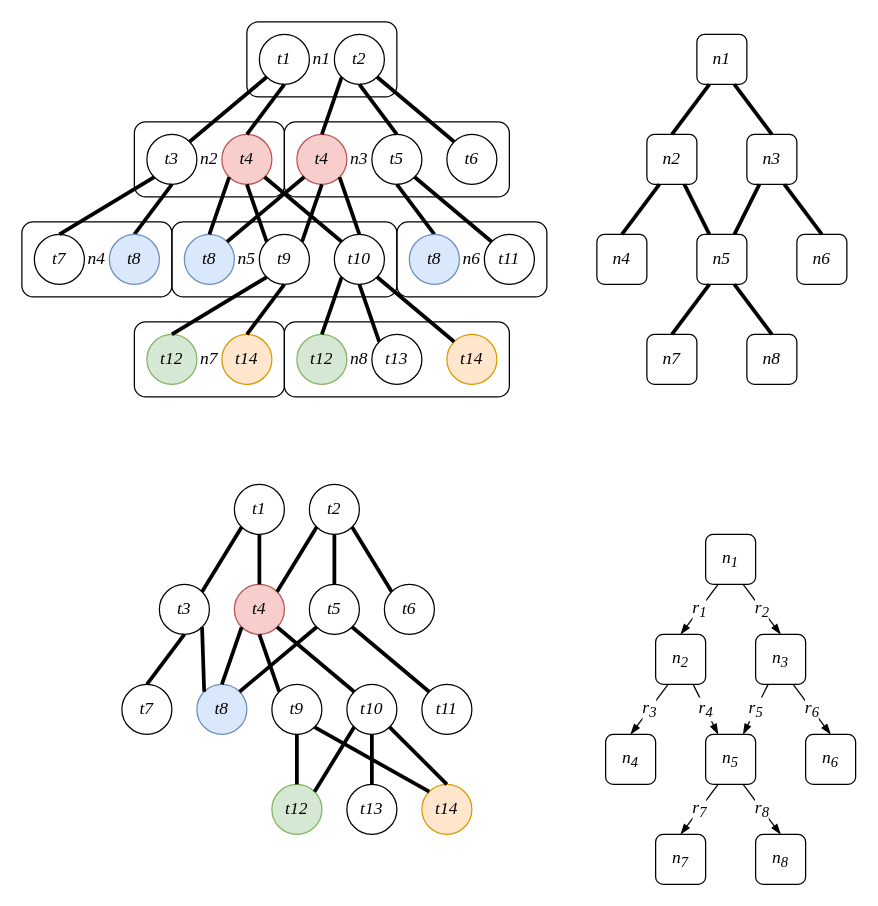
Before: karti.drawio in obscurya/draw.io, a draw.io diagram. Source tidied: cells renumbered, new cells numbered last; positions are measured from the earlier drawing's top-left corner, leaving out a move shared by most shapes. Both pictures are drawn from the tidied source at 125%, with x=0, y=0 at pixel (21, 21).
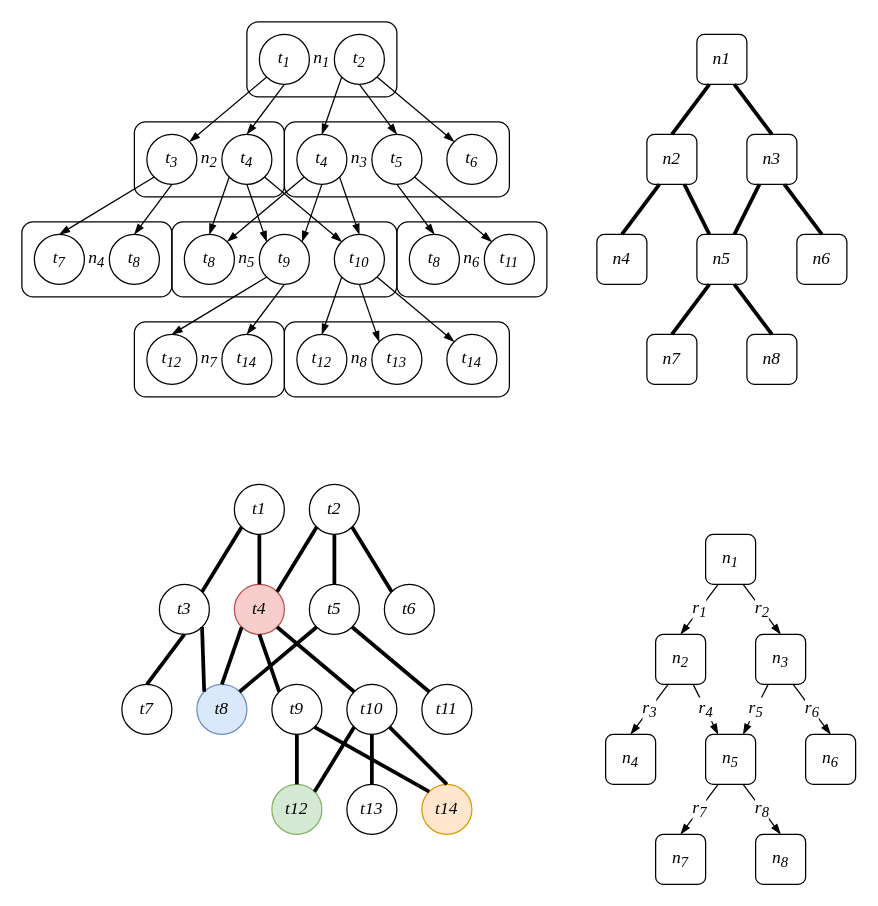
After the change.

Diff of the diagram source:
```diff
@@
-    <mxCell id="33" value="t1" style="ellipse;whiteSpace=wrap;html=1;fontFamily=Times New Roman;fontSize=14;fontStyle=2;" parent="1" vertex="1">
+    <mxCell id="33" value="t&lt;sub&gt;1&lt;/sub&gt;" style="ellipse;whiteSpace=wrap;html=1;fontFamily=Times New Roman;fontSize=14;fontStyle=2;" parent="1" vertex="1">
       <mxGeometry x="190" y="10" width="40" height="40" as="geometry" />
     </mxCell>
-    <mxCell id="34" value="t2" style="ellipse;whiteSpace=wrap;html=1;fontFamily=Times New Roman;fontSize=14;fontStyle=2;" parent="1" vertex="1">
+    <mxCell id="34" value="t&lt;sub&gt;2&lt;/sub&gt;" style="ellipse;whiteSpace=wrap;html=1;fontFamily=Times New Roman;fontSize=14;fontStyle=2;" parent="1" vertex="1">
       <mxGeometry x="250" y="10" width="40" height="40" as="geometry" />
     </mxCell>
-    <mxCell id="35" value="t3" style="ellipse;whiteSpace=wrap;html=1;fontFamily=Times New Roman;fontSize=14;fontStyle=2;" parent="1" vertex="1">
+    <mxCell id="35" value="t&lt;sub&gt;3&lt;/sub&gt;" style="ellipse;whiteSpace=wrap;html=1;fontFamily=Times New Roman;fontSize=14;fontStyle=2;" parent="1" vertex="1">
       <mxGeometry x="100" y="90" width="40" height="40" as="geometry" />
     </mxCell>
-    <mxCell id="36" value="t4" style="ellipse;whiteSpace=wrap;html=1;fontFamily=Times New Roman;fontSize=14;fontStyle=2;fillColor=#f8cecc;strokeColor=#b85450;" parent="1" vertex="1">
+    <mxCell id="36" value="t&lt;sub&gt;4&lt;/sub&gt;" style="ellipse;whiteSpace=wrap;html=1;fontFamily=Times New Roman;fontSize=14;fontStyle=2;" parent="1" vertex="1">
       <mxGeometry x="160" y="90" width="40" height="40" as="geometry" />
     </mxCell>
-    <mxCell id="37" value="t4" style="ellipse;whiteSpace=wrap;html=1;fontFamily=Times New Roman;fontSize=14;fontStyle=2;fillColor=#f8cecc;strokeColor=#b85450;" parent="1" vertex="1">
+    <mxCell id="37" value="t&lt;sub&gt;4&lt;/sub&gt;" style="ellipse;whiteSpace=wrap;html=1;fontFamily=Times New Roman;fontSize=14;fontStyle=2;" parent="1" vertex="1">
       <mxGeometry x="220" y="90" width="40" height="40" as="geometry" />
     </mxCell>
-    <mxCell id="38" value="t5" style="ellipse;whiteSpace=wrap;html=1;fontFamily=Times New Roman;fontSize=14;fontStyle=2;" parent="1" vertex="1">
+    <mxCell id="38" value="t&lt;sub&gt;5&lt;/sub&gt;" style="ellipse;whiteSpace=wrap;html=1;fontFamily=Times New Roman;fontSize=14;fontStyle=2;" parent="1" vertex="1">
       <mxGeometry x="280" y="90" width="40" height="40" as="geometry" />
     </mxCell>
-    <mxCell id="39" value="t6" style="ellipse;whiteSpace=wrap;html=1;fontFamily=Times New Roman;fontSize=14;fontStyle=2;" parent="1" vertex="1">
+    <mxCell id="39" value="t&lt;sub&gt;6&lt;/sub&gt;" style="ellipse;whiteSpace=wrap;html=1;fontFamily=Times New Roman;fontSize=14;fontStyle=2;" parent="1" vertex="1">
       <mxGeometry x="340" y="90" width="40" height="40" as="geometry" />
     </mxCell>
-    <mxCell id="40" style="endArrow=none;html=1;fontFamily=Times New Roman;fontSize=14;entryX=0;entryY=1;entryDx=0;entryDy=0;exitX=1;exitY=0;exitDx=0;exitDy=0;strokeWidth=3;fontStyle=2;" parent="1" edge="1" source="35" target="33">
+    <mxCell id="40" style="endArrow=none;html=1;fontFamily=Times New Roman;fontSize=14;entryX=0;entryY=1;entryDx=0;entryDy=0;exitX=1;exitY=0;exitDx=0;exitDy=0;strokeWidth=1;fontStyle=2;startArrow=blockThin;startFill=1;" parent="1" edge="1" source="35" target="33">
       <mxGeometry relative="1" as="geometry" />
     </mxCell>
-    <mxCell id="41" style="endArrow=none;html=1;fontFamily=Times New Roman;fontSize=14;entryX=0.5;entryY=1;entryDx=0;entryDy=0;exitX=0.5;exitY=0;exitDx=0;exitDy=0;strokeWidth=3;fontStyle=2;" parent="1" edge="1" source="36" target="33">
+    <mxCell id="41" style="endArrow=none;html=1;fontFamily=Times New Roman;fontSize=14;entryX=0.5;entryY=1;entryDx=0;entryDy=0;exitX=0.5;exitY=0;exitDx=0;exitDy=0;strokeWidth=1;fontStyle=2;startArrow=blockThin;startFill=1;" parent="1" edge="1" source="36" target="33">
       <mxGeometry relative="1" as="geometry" />
     </mxCell>
-    <mxCell id="42" style="endArrow=none;html=1;fontFamily=Times New Roman;fontSize=14;entryX=0;entryY=1;entryDx=0;entryDy=0;exitX=0.5;exitY=0;exitDx=0;exitDy=0;strokeWidth=3;fontStyle=2;" parent="1" edge="1" source="37" target="34">
+    <mxCell id="42" style="endArrow=none;html=1;fontFamily=Times New Roman;fontSize=14;entryX=0;entryY=1;entryDx=0;entryDy=0;exitX=0.5;exitY=0;exitDx=0;exitDy=0;strokeWidth=1;fontStyle=2;startArrow=blockThin;startFill=1;" parent="1" edge="1" source="37" target="34">
       <mxGeometry relative="1" as="geometry" />
     </mxCell>
-    <mxCell id="43" style="endArrow=none;html=1;fontFamily=Times New Roman;fontSize=14;entryX=0.5;entryY=1;entryDx=0;entryDy=0;exitX=0.5;exitY=0;exitDx=0;exitDy=0;strokeWidth=3;fontStyle=2;" parent="1" edge="1" source="38" target="34">
+    <mxCell id="43" style="endArrow=none;html=1;fontFamily=Times New Roman;fontSize=14;entryX=0.5;entryY=1;entryDx=0;entryDy=0;exitX=0.5;exitY=0;exitDx=0;exitDy=0;strokeWidth=1;fontStyle=2;startArrow=blockThin;startFill=1;" parent="1" edge="1" source="38" target="34">
       <mxGeometry relative="1" as="geometry" />
     </mxCell>
-    <mxCell id="44" style="endArrow=none;html=1;fontFamily=Times New Roman;fontSize=14;entryX=1;entryY=1;entryDx=0;entryDy=0;exitX=0;exitY=0;exitDx=0;exitDy=0;strokeWidth=3;fontStyle=2;" parent="1" edge="1" source="39" target="34">
+    <mxCell id="44" style="endArrow=none;html=1;fontFamily=Times New Roman;fontSize=14;entryX=1;entryY=1;entryDx=0;entryDy=0;exitX=0;exitY=0;exitDx=0;exitDy=0;strokeWidth=1;fontStyle=2;startArrow=blockThin;startFill=1;" parent="1" edge="1" source="39" target="34">
       <mxGeometry relative="1" as="geometry" />
     </mxCell>
-    <mxCell id="45" value="t7&lt;br&gt;" style="ellipse;whiteSpace=wrap;html=1;fontFamily=Times New Roman;fontSize=14;fontStyle=2;" parent="1" vertex="1">
+    <mxCell id="45" value="t&lt;sub&gt;7&lt;/sub&gt;&lt;br&gt;" style="ellipse;whiteSpace=wrap;html=1;fontFamily=Times New Roman;fontSize=14;fontStyle=2;" parent="1" vertex="1">
       <mxGeometry x="10" y="170" width="40" height="40" as="geometry" />
     </mxCell>
-    <mxCell id="46" value="t8" style="ellipse;whiteSpace=wrap;html=1;fontFamily=Times New Roman;fontSize=14;fontStyle=2;fillColor=#dae8fc;strokeColor=#6c8ebf;" parent="1" vertex="1">
+    <mxCell id="46" value="t&lt;sub&gt;8&lt;/sub&gt;" style="ellipse;whiteSpace=wrap;html=1;fontFamily=Times New Roman;fontSize=14;fontStyle=2;" parent="1" vertex="1">
       <mxGeometry x="130" y="170" width="40" height="40" as="geometry" />
     </mxCell>
-    <mxCell id="47" value="t9" style="ellipse;whiteSpace=wrap;html=1;fontFamily=Times New Roman;fontSize=14;fontStyle=2;" parent="1" vertex="1">
+    <mxCell id="47" value="t&lt;sub&gt;9&lt;/sub&gt;" style="ellipse;whiteSpace=wrap;html=1;fontFamily=Times New Roman;fontSize=14;fontStyle=2;" parent="1" vertex="1">
       <mxGeometry x="190" y="170" width="40" height="40" as="geometry" />
     </mxCell>
-    <mxCell id="48" value="t10" style="ellipse;whiteSpace=wrap;html=1;fontFamily=Times New Roman;fontSize=14;fontStyle=2;" parent="1" vertex="1">
+    <mxCell id="48" value="t&lt;sub&gt;10&lt;/sub&gt;" style="ellipse;whiteSpace=wrap;html=1;fontFamily=Times New Roman;fontSize=14;fontStyle=2;" parent="1" vertex="1">
       <mxGeometry x="250" y="170" width="40" height="40" as="geometry" />
     </mxCell>
-    <mxCell id="49" value="t11" style="ellipse;whiteSpace=wrap;html=1;fontFamily=Times New Roman;fontSize=14;fontStyle=2;" parent="1" vertex="1">
+    <mxCell id="49" value="t&lt;sub&gt;11&lt;/sub&gt;" style="ellipse;whiteSpace=wrap;html=1;fontFamily=Times New Roman;fontSize=14;fontStyle=2;" parent="1" vertex="1">
       <mxGeometry x="370" y="170" width="40" height="40" as="geometry" />
     </mxCell>
-    <mxCell id="50" style="endArrow=none;html=1;fontFamily=Times New Roman;fontSize=14;entryX=0;entryY=1;entryDx=0;entryDy=0;exitX=0.5;exitY=0;exitDx=0;exitDy=0;strokeWidth=3;fontStyle=2;" parent="1" edge="1" source="45" target="35">
+    <mxCell id="50" style="endArrow=none;html=1;fontFamily=Times New Roman;fontSize=14;entryX=0;entryY=1;entryDx=0;entryDy=0;exitX=0.5;exitY=0;exitDx=0;exitDy=0;strokeWidth=1;fontStyle=2;startArrow=blockThin;startFill=1;" parent="1" edge="1" source="45" target="35">
       <mxGeometry relative="1" as="geometry" />
     </mxCell>
-    <mxCell id="51" style="endArrow=none;html=1;fontFamily=Times New Roman;fontSize=14;entryX=0.5;entryY=1;entryDx=0;entryDy=0;exitX=0.5;exitY=0;exitDx=0;exitDy=0;strokeWidth=3;fontStyle=2;" parent="1" edge="1" source="58" target="35">
+    <mxCell id="51" style="endArrow=none;html=1;fontFamily=Times New Roman;fontSize=14;entryX=0.5;entryY=1;entryDx=0;entryDy=0;exitX=0.5;exitY=0;exitDx=0;exitDy=0;strokeWidth=1;fontStyle=2;startArrow=blockThin;startFill=1;" parent="1" edge="1" source="58" target="35">
       <mxGeometry relative="1" as="geometry" />
     </mxCell>
-    <mxCell id="52" style="endArrow=none;html=1;fontFamily=Times New Roman;fontSize=14;exitX=0;exitY=1;exitDx=0;exitDy=0;entryX=0.5;entryY=0;entryDx=0;entryDy=0;strokeWidth=3;fontStyle=2;" parent="1" edge="1" source="36" target="46">
+    <mxCell id="52" style="endArrow=blockThin;html=1;fontFamily=Times New Roman;fontSize=14;exitX=0;exitY=1;exitDx=0;exitDy=0;entryX=0.5;entryY=0;entryDx=0;entryDy=0;strokeWidth=1;fontStyle=2;startArrow=none;startFill=0;endFill=1;" parent="1" edge="1" source="36" target="46">
       <mxGeometry relative="1" as="geometry" />
     </mxCell>
-    <mxCell id="53" style="endArrow=none;html=1;fontFamily=Times New Roman;fontSize=14;entryX=0.5;entryY=1;entryDx=0;entryDy=0;exitX=0;exitY=0;exitDx=0;exitDy=0;strokeWidth=3;fontStyle=2;" parent="1" edge="1" source="47" target="36">
+    <mxCell id="53" style="endArrow=none;html=1;fontFamily=Times New Roman;fontSize=14;entryX=0.5;entryY=1;entryDx=0;entryDy=0;exitX=0;exitY=0;exitDx=0;exitDy=0;strokeWidth=1;fontStyle=2;startArrow=blockThin;startFill=1;" parent="1" edge="1" source="47" target="36">
       <mxGeometry relative="1" as="geometry" />
     </mxCell>
-    <mxCell id="54" style="endArrow=none;html=1;fontFamily=Times New Roman;fontSize=14;entryX=1;entryY=1;entryDx=0;entryDy=0;exitX=0;exitY=0;exitDx=0;exitDy=0;strokeWidth=3;fontStyle=2;" parent="1" edge="1" source="48" target="36">
+    <mxCell id="54" style="endArrow=none;html=1;fontFamily=Times New Roman;fontSize=14;entryX=1;entryY=1;entryDx=0;entryDy=0;exitX=0;exitY=0;exitDx=0;exitDy=0;strokeWidth=1;fontStyle=2;startArrow=blockThin;startFill=1;" parent="1" edge="1" source="48" target="36">
       <mxGeometry relative="1" as="geometry" />
     </mxCell>
-    <mxCell id="55" style="endArrow=none;html=1;fontFamily=Times New Roman;fontSize=14;entryX=0.5;entryY=1;entryDx=0;entryDy=0;exitX=0.5;exitY=0;exitDx=0;exitDy=0;strokeWidth=3;fontStyle=2;" parent="1" edge="1" source="57" target="38">
+    <mxCell id="55" style="endArrow=none;html=1;fontFamily=Times New Roman;fontSize=14;entryX=0.5;entryY=1;entryDx=0;entryDy=0;exitX=0.5;exitY=0;exitDx=0;exitDy=0;strokeWidth=1;fontStyle=2;startArrow=blockThin;startFill=1;" parent="1" edge="1" source="57" target="38">
       <mxGeometry relative="1" as="geometry" />
     </mxCell>
-    <mxCell id="56" style="endArrow=none;html=1;fontFamily=Times New Roman;fontSize=14;entryX=1;entryY=1;entryDx=0;entryDy=0;exitX=0;exitY=0;exitDx=0;exitDy=0;strokeWidth=3;fontStyle=2;" parent="1" edge="1" source="49" target="38">
+    <mxCell id="56" style="endArrow=none;html=1;fontFamily=Times New Roman;fontSize=14;entryX=1;entryY=1;entryDx=0;entryDy=0;exitX=0;exitY=0;exitDx=0;exitDy=0;strokeWidth=1;fontStyle=2;startArrow=blockThin;startFill=1;" parent="1" edge="1" source="49" target="38">
       <mxGeometry relative="1" as="geometry" />
     </mxCell>
-    <mxCell id="57" value="t8" style="ellipse;whiteSpace=wrap;html=1;fontFamily=Times New Roman;fontSize=14;fontStyle=2;fillColor=#dae8fc;strokeColor=#6c8ebf;" parent="1" vertex="1">
+    <mxCell id="57" value="t&lt;sub&gt;8&lt;/sub&gt;" style="ellipse;whiteSpace=wrap;html=1;fontFamily=Times New Roman;fontSize=14;fontStyle=2;" parent="1" vertex="1">
       <mxGeometry x="310" y="170" width="40" height="40" as="geometry" />
     </mxCell>
-    <mxCell id="58" value="t8" style="ellipse;whiteSpace=wrap;html=1;fontFamily=Times New Roman;fontSize=14;fontStyle=2;fillColor=#dae8fc;strokeColor=#6c8ebf;" parent="1" vertex="1">
+    <mxCell id="58" value="t&lt;sub&gt;8&lt;/sub&gt;" style="ellipse;whiteSpace=wrap;html=1;fontFamily=Times New Roman;fontSize=14;fontStyle=2;" parent="1" vertex="1">
       <mxGeometry x="70" y="170" width="40" height="40" as="geometry" />
     </mxCell>
@@
-    <mxCell id="67" value="t12" style="ellipse;whiteSpace=wrap;html=1;fontFamily=Times New Roman;fontSize=14;fontStyle=2;fillColor=#d5e8d4;strokeColor=#82b366;" parent="1" vertex="1">
+    <mxCell id="67" value="t&lt;sub&gt;12&lt;/sub&gt;" style="ellipse;whiteSpace=wrap;html=1;fontFamily=Times New Roman;fontSize=14;fontStyle=2;" parent="1" vertex="1">
       <mxGeometry x="100" y="250" width="40" height="40" as="geometry" />
     </mxCell>
-    <mxCell id="68" value="t14" style="ellipse;whiteSpace=wrap;html=1;fontFamily=Times New Roman;fontSize=14;fontStyle=2;fillColor=#ffe6cc;strokeColor=#d79b00;" parent="1" vertex="1">
+    <mxCell id="68" value="t&lt;sub&gt;14&lt;/sub&gt;" style="ellipse;whiteSpace=wrap;html=1;fontFamily=Times New Roman;fontSize=14;fontStyle=2;" parent="1" vertex="1">
       <mxGeometry x="160" y="250" width="40" height="40" as="geometry" />
     </mxCell>
-    <mxCell id="69" value="t12" style="ellipse;whiteSpace=wrap;html=1;fontFamily=Times New Roman;fontSize=14;fontStyle=2;fillColor=#d5e8d4;strokeColor=#82b366;" parent="1" vertex="1">
+    <mxCell id="69" value="t&lt;sub&gt;12&lt;/sub&gt;" style="ellipse;whiteSpace=wrap;html=1;fontFamily=Times New Roman;fontSize=14;fontStyle=2;" parent="1" vertex="1">
       <mxGeometry x="220" y="250" width="40" height="40" as="geometry" />
     </mxCell>
-    <mxCell id="70" value="t13" style="ellipse;whiteSpace=wrap;html=1;fontFamily=Times New Roman;fontSize=14;fontStyle=2;" parent="1" vertex="1">
+    <mxCell id="70" value="t&lt;sub&gt;13&lt;/sub&gt;" style="ellipse;whiteSpace=wrap;html=1;fontFamily=Times New Roman;fontSize=14;fontStyle=2;" parent="1" vertex="1">
       <mxGeometry x="280" y="250" width="40" height="40" as="geometry" />
     </mxCell>
-    <mxCell id="71" value="t14" style="ellipse;whiteSpace=wrap;html=1;fontFamily=Times New Roman;fontSize=14;fontStyle=2;fillColor=#ffe6cc;strokeColor=#d79b00;" parent="1" vertex="1">
+    <mxCell id="71" value="t&lt;sub&gt;14&lt;/sub&gt;" style="ellipse;whiteSpace=wrap;html=1;fontFamily=Times New Roman;fontSize=14;fontStyle=2;" parent="1" vertex="1">
       <mxGeometry x="340" y="250" width="40" height="40" as="geometry" />
     </mxCell>
-    <mxCell id="72" style="endArrow=none;html=1;fontFamily=Times New Roman;fontSize=14;strokeWidth=3;entryX=0.5;entryY=0;entryDx=0;entryDy=0;exitX=0;exitY=1;exitDx=0;exitDy=0;fontStyle=2;" parent="1" edge="1" source="47" target="67">
+    <mxCell id="72" style="endArrow=blockThin;html=1;fontFamily=Times New Roman;fontSize=14;strokeWidth=1;entryX=0.5;entryY=0;entryDx=0;entryDy=0;exitX=0;exitY=1;exitDx=0;exitDy=0;fontStyle=2;startArrow=none;startFill=0;endFill=1;" parent="1" edge="1" source="47" target="67">
       <mxGeometry relative="1" as="geometry" />
     </mxCell>
-    <mxCell id="73" style="endArrow=none;html=1;fontFamily=Times New Roman;fontSize=14;strokeWidth=3;entryX=0.5;entryY=0;entryDx=0;entryDy=0;exitX=0.5;exitY=1;exitDx=0;exitDy=0;fontStyle=2;" parent="1" edge="1" source="47" target="68">
+    <mxCell id="73" style="endArrow=blockThin;html=1;fontFamily=Times New Roman;fontSize=14;strokeWidth=1;entryX=0.5;entryY=0;entryDx=0;entryDy=0;exitX=0.5;exitY=1;exitDx=0;exitDy=0;fontStyle=2;startArrow=none;startFill=0;endFill=1;" parent="1" edge="1" source="47" target="68">
       <mxGeometry relative="1" as="geometry" />
     </mxCell>
-    <mxCell id="74" style="endArrow=none;html=1;fontFamily=Times New Roman;fontSize=14;strokeWidth=3;entryX=0.5;entryY=0;entryDx=0;entryDy=0;exitX=0;exitY=1;exitDx=0;exitDy=0;fontStyle=2;" parent="1" edge="1" source="48" target="69">
+    <mxCell id="74" style="endArrow=blockThin;html=1;fontFamily=Times New Roman;fontSize=14;strokeWidth=1;entryX=0.5;entryY=0;entryDx=0;entryDy=0;exitX=0;exitY=1;exitDx=0;exitDy=0;fontStyle=2;startArrow=none;startFill=0;endFill=1;" parent="1" edge="1" source="48" target="69">
       <mxGeometry relative="1" as="geometry" />
     </mxCell>
-    <mxCell id="75" style="endArrow=none;html=1;fontFamily=Times New Roman;fontSize=14;strokeWidth=3;entryX=0;entryY=0;entryDx=0;entryDy=0;exitX=0.5;exitY=1;exitDx=0;exitDy=0;fontStyle=2;" parent="1" edge="1" source="48" target="70">
+    <mxCell id="75" style="endArrow=blockThin;html=1;fontFamily=Times New Roman;fontSize=14;strokeWidth=1;entryX=0;entryY=0;entryDx=0;entryDy=0;exitX=0.5;exitY=1;exitDx=0;exitDy=0;fontStyle=2;startArrow=none;startFill=0;endFill=1;" parent="1" edge="1" source="48" target="70">
       <mxGeometry relative="1" as="geometry" />
     </mxCell>
-    <mxCell id="76" style="endArrow=none;html=1;fontFamily=Times New Roman;fontSize=14;strokeWidth=3;entryX=0;entryY=0;entryDx=0;entryDy=0;exitX=1;exitY=1;exitDx=0;exitDy=0;fontStyle=2;" parent="1" edge="1" source="48" target="71">
+    <mxCell id="76" style="endArrow=blockThin;html=1;fontFamily=Times New Roman;fontSize=14;strokeWidth=1;entryX=0;entryY=0;entryDx=0;entryDy=0;exitX=1;exitY=1;exitDx=0;exitDy=0;fontStyle=2;startArrow=none;startFill=0;endFill=1;" parent="1" edge="1" source="48" target="71">
       <mxGeometry relative="1" as="geometry" />
     </mxCell>
-    <mxCell id="77" style="endArrow=none;html=1;fontFamily=Times New Roman;fontSize=14;exitX=0;exitY=1;exitDx=0;exitDy=0;entryX=1;entryY=0;entryDx=0;entryDy=0;strokeWidth=3;fontStyle=2;" parent="1" edge="1" source="37" target="46">
+    <mxCell id="77" style="endArrow=blockThin;html=1;fontFamily=Times New Roman;fontSize=14;exitX=0;exitY=1;exitDx=0;exitDy=0;entryX=1;entryY=0;entryDx=0;entryDy=0;strokeWidth=1;fontStyle=2;startArrow=none;startFill=0;endFill=1;" parent="1" edge="1" source="37" target="46">
       <mxGeometry relative="1" as="geometry" />
     </mxCell>
-    <mxCell id="78" style="endArrow=none;html=1;fontFamily=Times New Roman;fontSize=14;exitX=0.5;exitY=1;exitDx=0;exitDy=0;entryX=1;entryY=0;entryDx=0;entryDy=0;strokeWidth=3;fontStyle=2;" parent="1" edge="1" source="37" target="47">
+    <mxCell id="78" style="endArrow=blockThin;html=1;fontFamily=Times New Roman;fontSize=14;exitX=0.5;exitY=1;exitDx=0;exitDy=0;entryX=1;entryY=0;entryDx=0;entryDy=0;strokeWidth=1;fontStyle=2;startArrow=none;startFill=0;endFill=1;" parent="1" edge="1" source="37" target="47">
       <mxGeometry relative="1" as="geometry" />
     </mxCell>
-    <mxCell id="79" style="endArrow=none;html=1;fontFamily=Times New Roman;fontSize=14;exitX=1;exitY=1;exitDx=0;exitDy=0;entryX=0.5;entryY=0;entryDx=0;entryDy=0;strokeWidth=3;fontStyle=2;" parent="1" edge="1" source="37" target="48">
+    <mxCell id="79" style="endArrow=blockThin;html=1;fontFamily=Times New Roman;fontSize=14;exitX=1;exitY=1;exitDx=0;exitDy=0;entryX=0.5;entryY=0;entryDx=0;entryDy=0;strokeWidth=1;fontStyle=2;startArrow=none;startFill=0;endFill=1;" parent="1" edge="1" source="37" target="48">
       <mxGeometry relative="1" as="geometry" />
     </mxCell>
-    <mxCell id="80" value="n1" style="text;html=1;strokeColor=none;fillColor=none;align=center;verticalAlign=middle;whiteSpace=wrap;rounded=0;fontFamily=Times New Roman;fontSize=14;fontStyle=2;" parent="1" vertex="1">
+    <mxCell id="80" value="n&lt;sub&gt;1&lt;/sub&gt;" style="text;html=1;strokeColor=none;fillColor=none;align=center;verticalAlign=middle;whiteSpace=wrap;rounded=0;fontFamily=Times New Roman;fontSize=14;fontStyle=2;" parent="1" vertex="1">
       <mxGeometry x="220" y="20" width="40" height="20" as="geometry" />
     </mxCell>
-    <mxCell id="81" value="n2" style="text;html=1;strokeColor=none;fillColor=none;align=center;verticalAlign=middle;whiteSpace=wrap;rounded=0;fontFamily=Times New Roman;fontSize=14;fontStyle=2;" parent="1" vertex="1">
+    <mxCell id="81" value="n&lt;sub&gt;2&lt;/sub&gt;" style="text;html=1;strokeColor=none;fillColor=none;align=center;verticalAlign=middle;whiteSpace=wrap;rounded=0;fontFamily=Times New Roman;fontSize=14;fontStyle=2;" parent="1" vertex="1">
       <mxGeometry x="130" y="100" width="40" height="20" as="geometry" />
     </mxCell>
-    <mxCell id="82" value="n3" style="text;html=1;strokeColor=none;fillColor=none;align=center;verticalAlign=middle;whiteSpace=wrap;rounded=0;fontFamily=Times New Roman;fontSize=14;fontStyle=2;" parent="1" vertex="1">
+    <mxCell id="82" value="n&lt;sub&gt;3&lt;/sub&gt;" style="text;html=1;strokeColor=none;fillColor=none;align=center;verticalAlign=middle;whiteSpace=wrap;rounded=0;fontFamily=Times New Roman;fontSize=14;fontStyle=2;" parent="1" vertex="1">
       <mxGeometry x="250" y="100" width="40" height="20" as="geometry" />
     </mxCell>
-    <mxCell id="83" value="n4" style="text;html=1;strokeColor=none;fillColor=none;align=center;verticalAlign=middle;whiteSpace=wrap;rounded=0;fontFamily=Times New Roman;fontSize=14;fontStyle=2;" parent="1" vertex="1">
+    <mxCell id="83" value="n&lt;sub&gt;4&lt;/sub&gt;" style="text;html=1;strokeColor=none;fillColor=none;align=center;verticalAlign=middle;whiteSpace=wrap;rounded=0;fontFamily=Times New Roman;fontSize=14;fontStyle=2;" parent="1" vertex="1">
       <mxGeometry x="40" y="180" width="40" height="20" as="geometry" />
     </mxCell>
-    <mxCell id="84" value="n5" style="text;html=1;strokeColor=none;fillColor=none;align=center;verticalAlign=middle;whiteSpace=wrap;rounded=0;fontFamily=Times New Roman;fontSize=14;fontStyle=2;" parent="1" vertex="1">
+    <mxCell id="84" value="n&lt;sub&gt;5&lt;/sub&gt;" style="text;html=1;strokeColor=none;fillColor=none;align=center;verticalAlign=middle;whiteSpace=wrap;rounded=0;fontFamily=Times New Roman;fontSize=14;fontStyle=2;" parent="1" vertex="1">
       <mxGeometry x="160" y="180" width="40" height="20" as="geometry" />
     </mxCell>
-    <mxCell id="85" value="n6" style="text;html=1;strokeColor=none;fillColor=none;align=center;verticalAlign=middle;whiteSpace=wrap;rounded=0;fontFamily=Times New Roman;fontSize=14;fontStyle=2;" parent="1" vertex="1">
+    <mxCell id="85" value="n&lt;sub&gt;6&lt;/sub&gt;" style="text;html=1;strokeColor=none;fillColor=none;align=center;verticalAlign=middle;whiteSpace=wrap;rounded=0;fontFamily=Times New Roman;fontSize=14;fontStyle=2;" parent="1" vertex="1">
       <mxGeometry x="340" y="180" width="40" height="20" as="geometry" />
     </mxCell>
-    <mxCell id="86" value="n7" style="text;html=1;strokeColor=none;fillColor=none;align=center;verticalAlign=middle;whiteSpace=wrap;rounded=0;fontFamily=Times New Roman;fontSize=14;fontStyle=2;" parent="1" vertex="1">
+    <mxCell id="86" value="n&lt;sub&gt;7&lt;/sub&gt;" style="text;html=1;strokeColor=none;fillColor=none;align=center;verticalAlign=middle;whiteSpace=wrap;rounded=0;fontFamily=Times New Roman;fontSize=14;fontStyle=2;" parent="1" vertex="1">
       <mxGeometry x="130" y="260" width="40" height="20" as="geometry" />
     </mxCell>
-    <mxCell id="87" value="n8" style="text;html=1;strokeColor=none;fillColor=none;align=center;verticalAlign=middle;whiteSpace=wrap;rounded=0;fontFamily=Times New Roman;fontSize=14;fontStyle=2;" parent="1" vertex="1">
+    <mxCell id="87" value="n&lt;sub&gt;8&lt;/sub&gt;" style="text;html=1;strokeColor=none;fillColor=none;align=center;verticalAlign=middle;whiteSpace=wrap;rounded=0;fontFamily=Times New Roman;fontSize=14;fontStyle=2;" parent="1" vertex="1">
       <mxGeometry x="250" y="260" width="40" height="20" as="geometry" />
     </mxCell>
```
